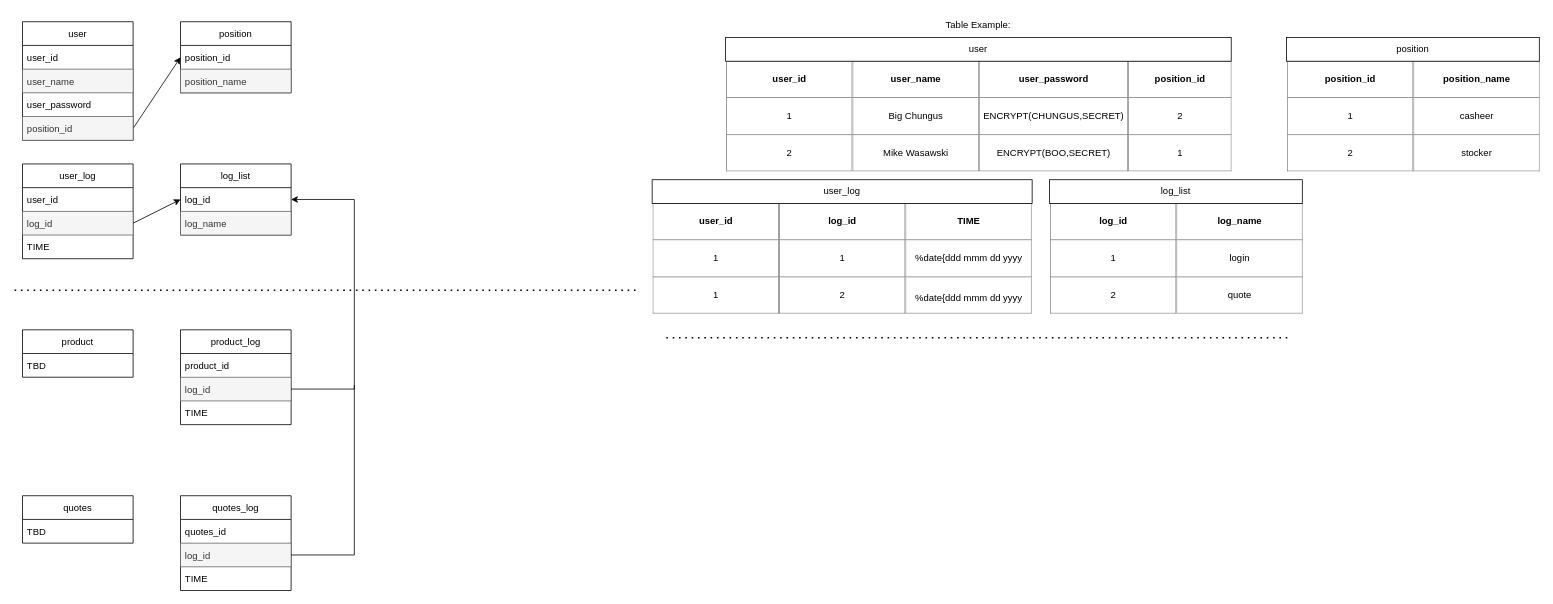
Earlier version of the draw.io diagram Mercurius.drawio (monsterwhat/Mercurius). Source tidied: cells renumbered, new cells numbered last; positions are measured from the earlier drawing's top-left corner, leaving out a move shared by most shapes. Both pictures are drawn from the tidied source at 79%, with x=0, y=0 at pixel (14, 13).
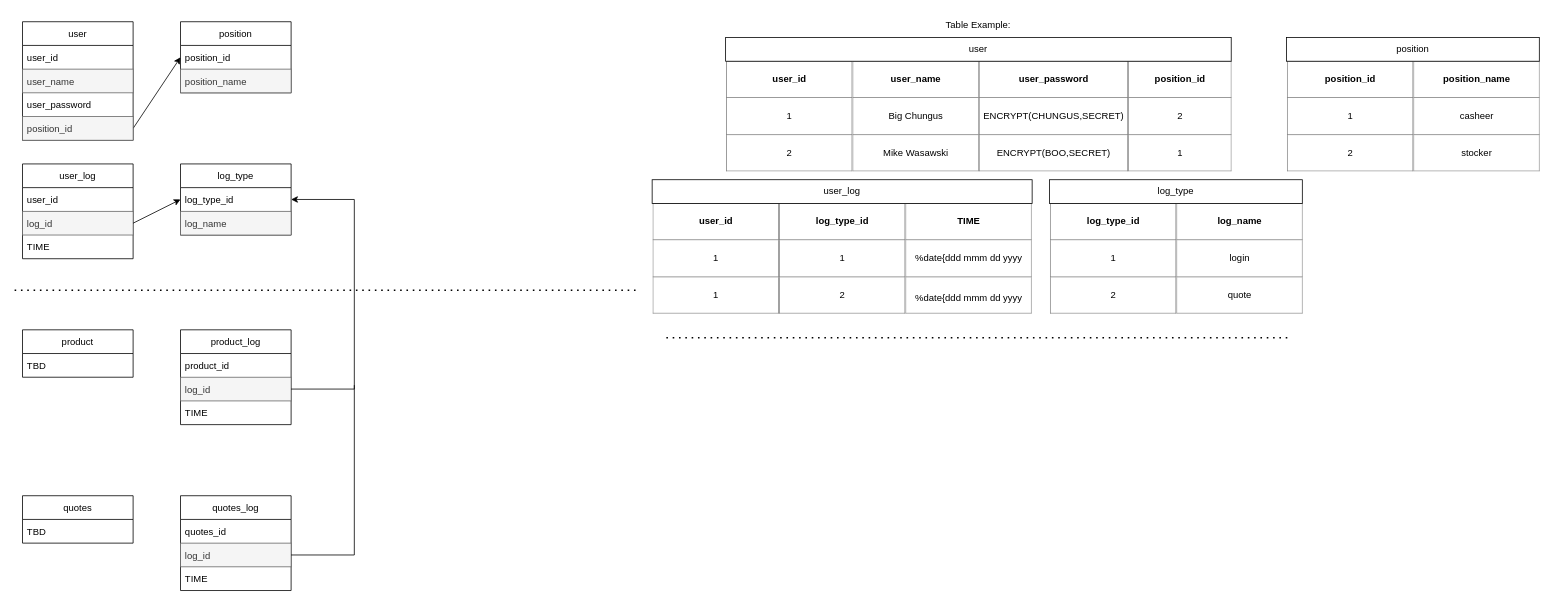
After the change.

The edit, as a diff of the source:
```diff
@@
-    <mxCell id="10" value="log_list" style="swimlane;fontStyle=0;horizontal=1;startSize=30;" parent="1" vertex="1">
+    <mxCell id="10" value="log_type" style="swimlane;fontStyle=0;horizontal=1;startSize=30;" parent="1" vertex="1">
       <mxGeometry x="210" y="190" width="140" height="90" as="geometry" />
     </mxCell>
-    <mxCell id="11" value="log_id" style="text;strokeColor=none;fillColor=none;align=left;verticalAlign=middle;spacingLeft=4;spacingRight=4;overflow=hidden;points=[[0,0.5],[1,0.5]];portConstraint=eastwest;" parent="10" vertex="1">
+    <mxCell id="11" value="log_type_id" style="text;strokeColor=none;fillColor=none;align=left;verticalAlign=middle;spacingLeft=4;spacingRight=4;overflow=hidden;points=[[0,0.5],[1,0.5]];portConstraint=eastwest;" parent="10" vertex="1">
       <mxGeometry y="30" width="140" height="30" as="geometry" />
     </mxCell>
@@
-    <mxCell id="42" value="&lt;table border=&quot;1&quot; width=&quot;100%&quot; cellpadding=&quot;4&quot; style=&quot;width: 100% ; height: 100% ; border-collapse: collapse&quot;&gt;&lt;tbody&gt;&lt;tr&gt;&lt;th align=&quot;center&quot;&gt;&lt;b&gt;log_id&lt;/b&gt;&lt;/th&gt;&lt;/tr&gt;&lt;tr&gt;&lt;td align=&quot;center&quot;&gt;1&lt;/td&gt;&lt;/tr&gt;&lt;tr&gt;&lt;td align=&quot;center&quot;&gt;2&lt;/td&gt;&lt;/tr&gt;&lt;/tbody&gt;&lt;/table&gt;" style="text;html=1;strokeColor=none;fillColor=none;overflow=fill;rounded=0;" parent="1" vertex="1">
+    <mxCell id="42" value="&lt;table border=&quot;1&quot; width=&quot;100%&quot; cellpadding=&quot;4&quot; style=&quot;width: 100% ; height: 100% ; border-collapse: collapse&quot;&gt;&lt;tbody&gt;&lt;tr&gt;&lt;th align=&quot;center&quot;&gt;&lt;b&gt;log_type_id&lt;/b&gt;&lt;/th&gt;&lt;/tr&gt;&lt;tr&gt;&lt;td align=&quot;center&quot;&gt;1&lt;/td&gt;&lt;/tr&gt;&lt;tr&gt;&lt;td align=&quot;center&quot;&gt;2&lt;/td&gt;&lt;/tr&gt;&lt;/tbody&gt;&lt;/table&gt;" style="text;html=1;strokeColor=none;fillColor=none;overflow=fill;rounded=0;" parent="1" vertex="1">
       <mxGeometry x="968" y="240" width="160" height="140" as="geometry" />
     </mxCell>
@@
-    <mxCell id="46" value="&lt;table border=&quot;1&quot; width=&quot;100%&quot; cellpadding=&quot;4&quot; style=&quot;width: 100% ; height: 100% ; border-collapse: collapse&quot;&gt;&lt;tbody&gt;&lt;tr&gt;&lt;th align=&quot;center&quot;&gt;log_id&lt;/th&gt;&lt;/tr&gt;&lt;tr&gt;&lt;td align=&quot;center&quot;&gt;1&lt;br&gt;&lt;/td&gt;&lt;/tr&gt;&lt;tr&gt;&lt;td align=&quot;center&quot;&gt;2&lt;/td&gt;&lt;/tr&gt;&lt;/tbody&gt;&lt;/table&gt;" style="text;html=1;strokeColor=none;fillColor=none;overflow=fill;rounded=0;" parent="1" vertex="1">
+    <mxCell id="46" value="&lt;table border=&quot;1&quot; width=&quot;100%&quot; cellpadding=&quot;4&quot; style=&quot;width: 100% ; height: 100% ; border-collapse: collapse&quot;&gt;&lt;tbody&gt;&lt;tr&gt;&lt;th align=&quot;center&quot;&gt;log_type_id&lt;/th&gt;&lt;/tr&gt;&lt;tr&gt;&lt;td align=&quot;center&quot;&gt;1&lt;br&gt;&lt;/td&gt;&lt;/tr&gt;&lt;tr&gt;&lt;td align=&quot;center&quot;&gt;2&lt;/td&gt;&lt;/tr&gt;&lt;/tbody&gt;&lt;/table&gt;" style="text;html=1;strokeColor=none;fillColor=none;overflow=fill;rounded=0;" parent="1" vertex="1">
       <mxGeometry x="1311" y="240" width="160" height="140" as="geometry" />
     </mxCell>
@@
-    <mxCell id="48" value="log_list" style="rounded=0;whiteSpace=wrap;html=1;fillColor=default;gradientColor=none;" parent="1" vertex="1">
+    <mxCell id="48" value="log_type" style="rounded=0;whiteSpace=wrap;html=1;fillColor=default;gradientColor=none;" parent="1" vertex="1">
       <mxGeometry x="1310" y="210" width="320" height="30" as="geometry" />
     </mxCell>
```
